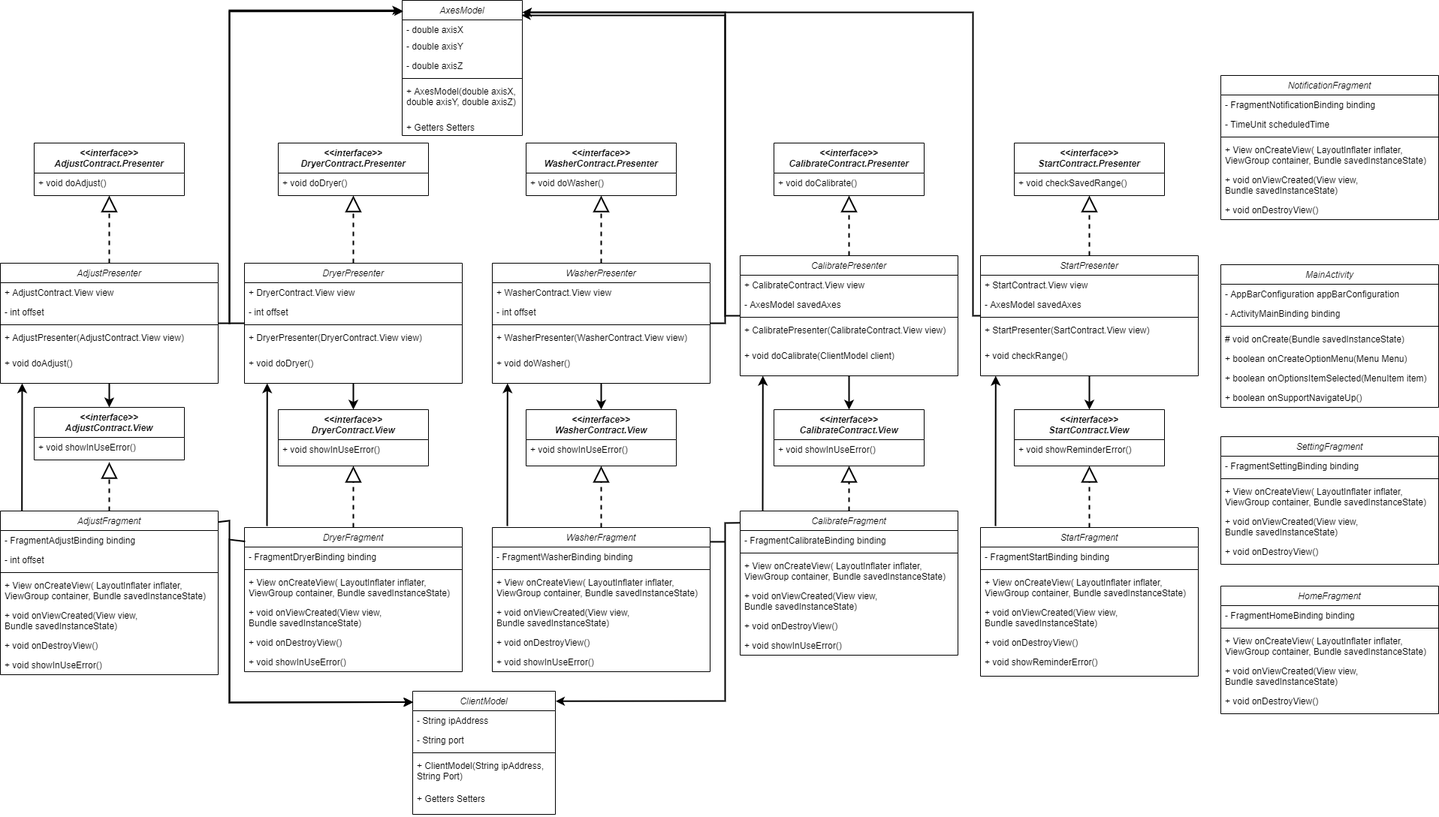
Earlier version of the draw.io export Design/AndroidUML.drawio.png (ETS-Android3/DryerReminder). Source tidied: cells renumbered, new cells last; positions are measured from the earlier drawing's top-left corner, leaving out a move shared by most shapes.
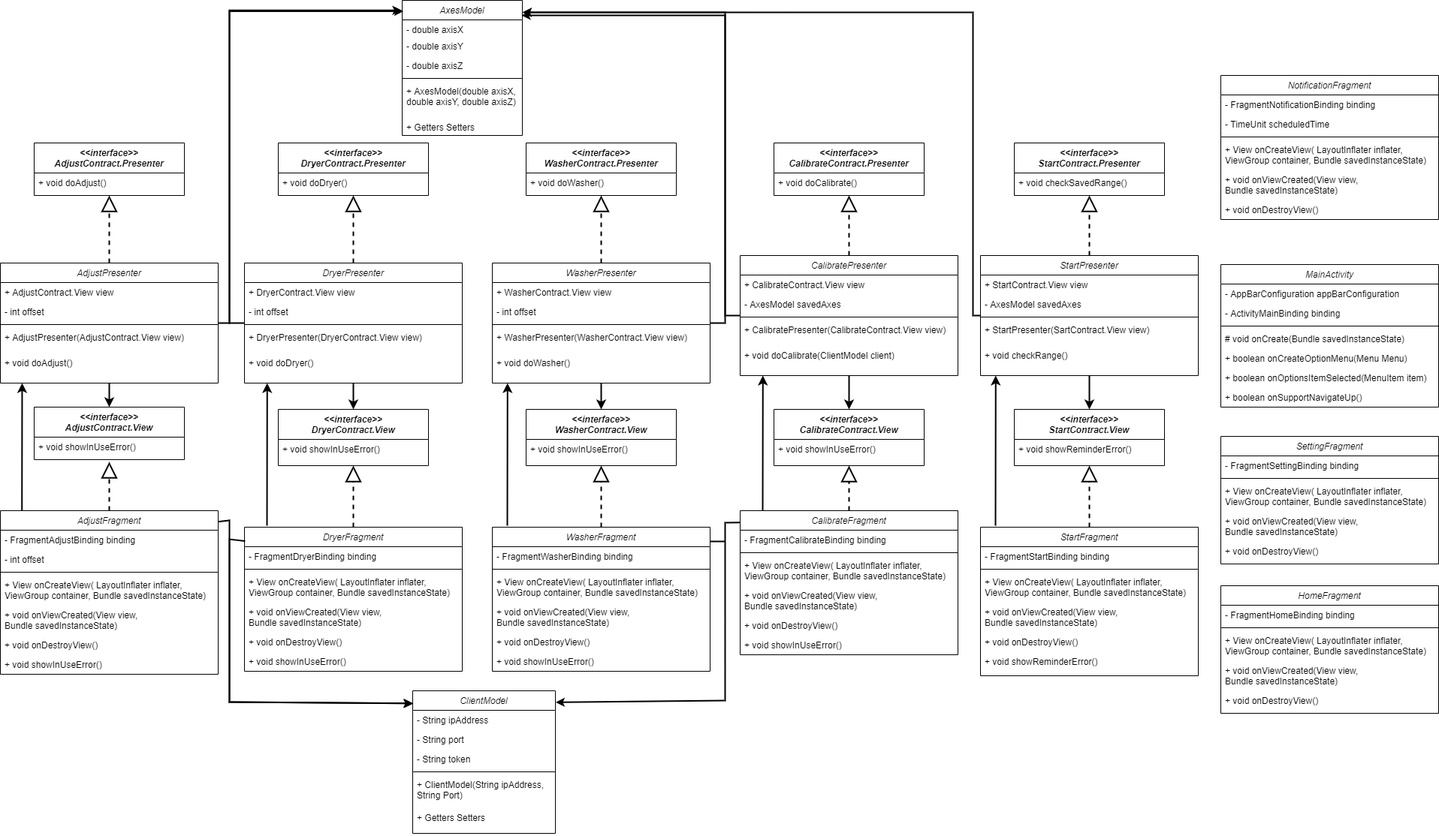
After the commit.

Change to the diagram source:
```diff
@@ -236,7 +236,7 @@
       <mxGeometry y="120" width="290" height="30" as="geometry" />
     </mxCell>
     <mxCell id="78" value="ClientModel" style="swimlane;fontStyle=2;align=center;verticalAlign=top;horizontal=1;startSize=26;rounded=0;shadow=0;strokeWidth=1;" parent="1" vertex="1">
-      <mxGeometry x="549" y="920" width="190" height="164" as="geometry" />
+      <mxGeometry x="549" y="920" width="190" height="190" as="geometry" />
     </mxCell>
     <mxCell id="79" value="- String ipAddress" style="text;align=left;verticalAlign=top;spacingLeft=4;spacingRight=4;overflow=hidden;rounded=0;shadow=0;html=0;" parent="78" vertex="1">
       <mxGeometry y="26" width="190" height="26" as="geometry" />
@@ -244,14 +244,17 @@
     <mxCell id="80" value="- String port" style="text;align=left;verticalAlign=top;spacingLeft=4;spacingRight=4;overflow=hidden;rounded=0;shadow=0;html=0;" parent="78" vertex="1">
       <mxGeometry y="52" width="190" height="26" as="geometry" />
     </mxCell>
+    <mxCell id="157" value="- String token" style="text;align=left;verticalAlign=top;spacingLeft=4;spacingRight=4;overflow=hidden;rounded=0;shadow=0;html=0;" parent="78" vertex="1">
+      <mxGeometry y="78" width="190" height="26" as="geometry" />
+    </mxCell>
     <mxCell id="81" style="line;html=1;strokeWidth=1;align=left;verticalAlign=middle;spacingTop=-1;spacingLeft=3;spacingRight=3;labelPosition=right;" parent="78" vertex="1">
-      <mxGeometry y="78" width="190" height="8" as="geometry" />
+      <mxGeometry y="104" width="190" height="8" as="geometry" />
     </mxCell>
     <mxCell id="82" value="+ ClientModel(String ipAddress, &#10;String Port)" style="text;align=left;verticalAlign=top;spacingLeft=4;spacingRight=4;overflow=hidden;" parent="78" vertex="1">
-      <mxGeometry y="86" width="190" height="44" as="geometry" />
+      <mxGeometry y="112" width="190" height="44" as="geometry" />
     </mxCell>
     <mxCell id="83" value="+ Getters Setters" style="text;align=left;verticalAlign=top;spacingLeft=4;spacingRight=4;overflow=hidden;" parent="78" vertex="1">
-      <mxGeometry y="130" width="190" height="34" as="geometry" />
+      <mxGeometry y="156" width="190" height="34" as="geometry" />
     </mxCell>
     <mxCell id="84" value="AxesModel" style="swimlane;fontStyle=2;align=center;verticalAlign=top;horizontal=1;startSize=26;rounded=0;shadow=0;strokeWidth=1;" parent="1" vertex="1">
       <mxGeometry x="535" width="160" height="180" as="geometry" />
```
